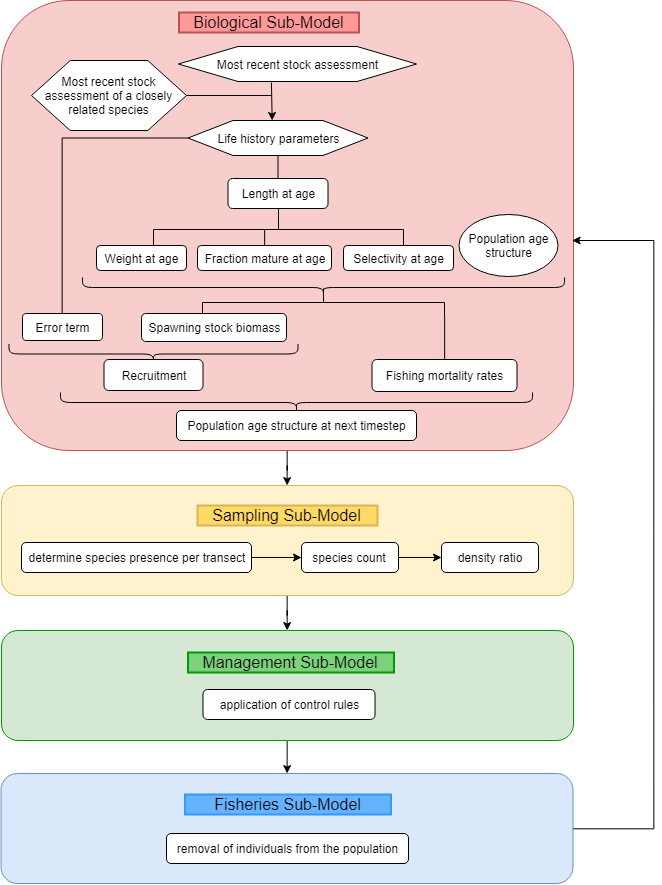
vquennessen/MS-thesis keeps this draw.io diagram as figures/base_model_workflow.png. Above is the earlier version. Source tidied: cells renumbered, new cells last; positions are measured from the earlier drawing's top-left corner, leaving out a move shared by most shapes.
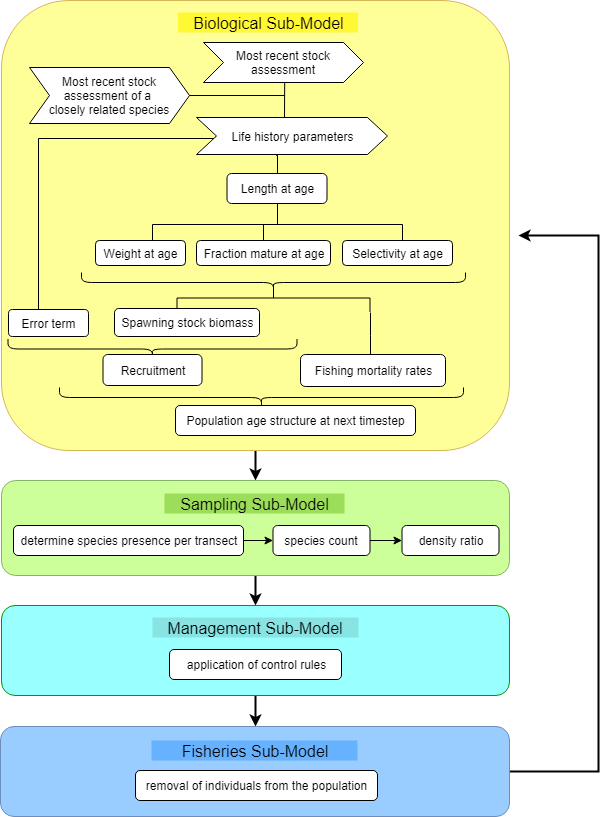
The same diagram one commit later.

Commit message:
updated base model workflow figure

The edit, as a diff of the source:
```diff
@@ -2,163 +2,173 @@
   <root>
     <mxCell id="0" />
     <mxCell id="1" parent="0" />
-    <mxCell id="2" style="edgeStyle=orthogonalEdgeStyle;rounded=0;jettySize=auto;html=1;endArrow=classic;endFill=1;fontSize=12;strokeColor=#000000;startArrow=none;startFill=0;fillColor=#999999;" parent="1" edge="1" source="3" target="31">
-      <mxGeometry relative="1" as="geometry" />
+    <mxCell id="2" style="edgeStyle=orthogonalEdgeStyle;rounded=0;jettySize=auto;html=1;endArrow=classic;endFill=1;fontSize=12;strokeColor=#000000;startArrow=none;startFill=0;fillColor=#999999;strokeWidth=2;" parent="1" edge="1" target="31">
+      <mxGeometry relative="1" as="geometry">
+        <mxPoint x="257" y="445" as="sourcePoint" />
+      </mxGeometry>
     </mxCell>
-    <mxCell id="3" style="rounded=1;whiteSpace=wrap;html=1;strokeWidth=1;fillColor=#f8cecc;strokeColor=#b85450;" parent="1" vertex="1">
-      <mxGeometry width="572" height="450" as="geometry" />
+    <mxCell id="3" style="rounded=1;whiteSpace=wrap;html=1;strokeWidth=1;fillColor=#FFFF99;strokeColor=#d6b656;" parent="1" vertex="1">
+      <mxGeometry x="3" width="508" height="450" as="geometry" />
     </mxCell>
-    <mxCell id="4" value="Life history parameters" style="shape=hexagon;perimeter=hexagonPerimeter2;whiteSpace=wrap;html=1;strokeWidth=1;fillColor=#FFFFFF;fontSize=12;" parent="1" vertex="1">
-      <mxGeometry x="186.5" y="120" width="180" height="35" as="geometry" />
-    </mxCell>
-    <mxCell id="5" style="edgeStyle=orthogonalEdgeStyle;rounded=0;orthogonalLoop=1;jettySize=auto;html=1;entryX=0.5;entryY=0;entryDx=0;entryDy=0;exitX=0.416;exitY=1.029;exitDx=0;exitDy=0;exitPerimeter=0;" parent="1" edge="1">
-      <mxGeometry relative="1" as="geometry">
-        <mxPoint x="270" y="82" as="sourcePoint" />
-        <mxPoint x="270.4" y="119.9" as="targetPoint" />
-      </mxGeometry>
-    </mxCell>
-    <mxCell id="6" style="edgeStyle=orthogonalEdgeStyle;rounded=0;jettySize=auto;html=1;endArrow=none;endFill=0;exitX=0.5;exitY=1;exitDx=0;exitDy=0;" parent="1" edge="1" source="4" target="9">
+    <mxCell id="6" style="edgeStyle=orthogonalEdgeStyle;rounded=0;jettySize=auto;html=1;endArrow=none;endFill=0;exitX=0.5;exitY=1;exitDx=0;exitDy=0;" parent="1" edge="1" target="9">
       <mxGeometry relative="1" as="geometry">
+        <mxPoint x="279" y="155" as="sourcePoint" />
         <Array as="points">
-          <mxPoint x="276" y="155" />
-          <mxPoint x="276" y="155" />
+          <mxPoint x="278" y="155" />
+          <mxPoint x="278" y="155" />
         </Array>
       </mxGeometry>
     </mxCell>
     <mxCell id="7" value="Error term" style="rounded=1;whiteSpace=wrap;html=1;" parent="1" vertex="1">
-      <mxGeometry x="21" y="313" width="80" height="27" as="geometry" />
+      <mxGeometry x="10" y="309" width="80" height="27" as="geometry" />
     </mxCell>
-    <mxCell id="8" style="edgeStyle=orthogonalEdgeStyle;rounded=0;jettySize=auto;html=1;endArrow=none;endFill=0;exitX=0;exitY=0.5;exitDx=0;exitDy=0;" parent="1" edge="1" source="4" target="7">
-      <mxGeometry relative="1" as="geometry" />
+    <mxCell id="8" style="edgeStyle=orthogonalEdgeStyle;rounded=0;jettySize=auto;html=1;endArrow=none;endFill=0;exitX=0.101;exitY=0.518;exitDx=0;exitDy=0;exitPerimeter=0;" parent="1" edge="1" source="4" target="7">
+      <mxGeometry relative="1" as="geometry">
+        <Array as="points">
+          <mxPoint x="217" y="138" />
+          <mxPoint x="40" y="138" />
+        </Array>
+      </mxGeometry>
     </mxCell>
     <mxCell id="9" value="Length at age" style="rounded=1;whiteSpace=wrap;html=1;" parent="1" vertex="1">
-      <mxGeometry x="226.5" y="178" width="100" height="30" as="geometry" />
+      <mxGeometry x="228.5" y="173" width="100" height="30" as="geometry" />
     </mxCell>
     <mxCell id="10" style="strokeWidth=1;html=1;shape=mxgraph.flowchart.annotation_2;align=left;rotation=90;" parent="1" vertex="1">
-      <mxGeometry x="256" y="104" width="42" height="250" as="geometry" />
+      <mxGeometry x="258" y="99" width="42" height="250" as="geometry" />
     </mxCell>
     <mxCell id="11" style="edgeStyle=orthogonalEdgeStyle;rounded=0;jettySize=auto;html=1;endArrow=none;endFill=0;entryX=0;entryY=0.5;entryDx=0;entryDy=0;entryPerimeter=0;" parent="1" edge="1" source="9" target="10">
       <mxGeometry relative="1" as="geometry">
         <Array as="points">
-          <mxPoint x="278" y="200" />
+          <mxPoint x="280" y="195" />
         </Array>
       </mxGeometry>
     </mxCell>
     <mxCell id="12" style="edgeStyle=orthogonalEdgeStyle;rounded=0;jettySize=auto;html=1;endArrow=none;endFill=0;entryX=0.504;entryY=0.554;entryDx=0;entryDy=0;entryPerimeter=0;" parent="1" edge="1" source="13" target="10">
       <mxGeometry relative="1" as="geometry">
         <Array as="points">
-          <mxPoint x="263" y="229" />
-          <mxPoint x="263" y="229" />
+          <mxPoint x="265" y="224" />
+          <mxPoint x="265" y="224" />
         </Array>
       </mxGeometry>
     </mxCell>
     <mxCell id="13" value="Fraction mature at age" style="rounded=1;whiteSpace=wrap;html=1;" parent="1" vertex="1">
-      <mxGeometry x="196" y="245" width="134" height="25" as="geometry" />
+      <mxGeometry x="198" y="240" width="134" height="25" as="geometry" />
     </mxCell>
     <mxCell id="14" value="Selectivity at age" style="rounded=1;whiteSpace=wrap;html=1;" parent="1" vertex="1">
-      <mxGeometry x="342" y="245" width="110" height="25" as="geometry" />
+      <mxGeometry x="344" y="240" width="110" height="25" as="geometry" />
     </mxCell>
     <mxCell id="15" style="shape=curlyBracket;whiteSpace=wrap;html=1;rounded=1;strokeWidth=1;rotation=-90;" parent="1" vertex="1">
-      <mxGeometry x="312" y="46" width="20" height="482" as="geometry" />
+      <mxGeometry x="265" y="90" width="20" height="384" as="geometry" />
     </mxCell>
     <mxCell id="16" style="strokeWidth=1;html=1;shape=mxgraph.flowchart.annotation_2;align=left;rotation=90;" parent="1" vertex="1">
-      <mxGeometry x="308" y="181" width="28" height="242" as="geometry" />
+      <mxGeometry x="261" y="201" width="28" height="193" as="geometry" />
     </mxCell>
     <mxCell id="17" value="Spawning stock biomass" style="rounded=1;whiteSpace=wrap;html=1;" parent="1" vertex="1">
-      <mxGeometry x="140" y="313" width="145" height="28" as="geometry" />
+      <mxGeometry x="116" y="308" width="145" height="28" as="geometry" />
     </mxCell>
     <mxCell id="18" style="edgeStyle=orthogonalEdgeStyle;rounded=0;jettySize=auto;html=1;endArrow=none;endFill=0;entryX=1;entryY=0;entryDx=0;entryDy=0;entryPerimeter=0;" parent="1" edge="1" source="19" target="16">
-      <mxGeometry relative="1" as="geometry" />
+      <mxGeometry relative="1" as="geometry">
+        <Array as="points">
+          <mxPoint x="372" y="335" />
+          <mxPoint x="372" y="335" />
+        </Array>
+      </mxGeometry>
     </mxCell>
     <mxCell id="19" value="Fishing mortality rates" style="rounded=1;whiteSpace=wrap;html=1;" parent="1" vertex="1">
-      <mxGeometry x="370.5" y="359" width="145" height="32" as="geometry" />
+      <mxGeometry x="302" y="354" width="145" height="32" as="geometry" />
     </mxCell>
     <mxCell id="20" style="shape=curlyBracket;whiteSpace=wrap;html=1;rounded=1;strokeWidth=1;rotation=-90;" parent="1" vertex="1">
-      <mxGeometry x="142" y="209" width="20" height="289" as="geometry" />
+      <mxGeometry x="144" y="204" width="20" height="289" as="geometry" />
     </mxCell>
     <mxCell id="21" value="Recruitment" style="rounded=1;whiteSpace=wrap;html=1;" parent="1" vertex="1">
-      <mxGeometry x="102.5" y="359" width="99" height="31" as="geometry" />
+      <mxGeometry x="104.5" y="354" width="99" height="31" as="geometry" />
     </mxCell>
     <mxCell id="22" value="Population age structure at next timestep" style="rounded=1;whiteSpace=wrap;html=1;" parent="1" vertex="1">
-      <mxGeometry x="175" y="410" width="240" height="30" as="geometry" />
+      <mxGeometry x="177" y="405" width="240" height="30" as="geometry" />
     </mxCell>
-    <mxCell id="23" value="Population age structure" style="ellipse;whiteSpace=wrap;html=1;strokeWidth=1;" parent="1" vertex="1">
-      <mxGeometry x="457.5" y="214" width="99" height="62" as="geometry" />
-    </mxCell>
     <mxCell id="24" style="shape=curlyBracket;whiteSpace=wrap;html=1;rounded=1;strokeWidth=1;rotation=-90;" parent="1" vertex="1">
-      <mxGeometry x="285" y="166" width="20" height="472" as="geometry" />
+      <mxGeometry x="253" y="195" width="20" height="404" as="geometry" />
     </mxCell>
-    <mxCell id="25" value="Biological Sub-Model&lt;br style=&quot;font-size: 16px;&quot;&gt;" style="text;html=1;strokeColor=#b85450;fillColor=#FF9999;align=center;verticalAlign=middle;whiteSpace=wrap;rounded=0;strokeWidth=2;fontSize=16;" parent="1" vertex="1">
-      <mxGeometry x="177.5" y="12" width="180" height="20" as="geometry" />
+    <mxCell id="25" value="Biological Sub-Model&lt;br style=&quot;font-size: 16px;&quot;&gt;" style="text;html=1;strokeColor=none;fillColor=#FFF833;align=center;verticalAlign=middle;whiteSpace=wrap;rounded=0;strokeWidth=2;fontSize=16;" parent="1" vertex="1">
+      <mxGeometry x="179.5" y="12" width="180" height="20" as="geometry" />
     </mxCell>
     <mxCell id="26" value="Weight at age" style="rounded=1;whiteSpace=wrap;html=1;" parent="1" vertex="1">
-      <mxGeometry x="95" y="245" width="90" height="25" as="geometry" />
+      <mxGeometry x="97" y="240" width="90" height="25" as="geometry" />
     </mxCell>
-    <mxCell id="27" value="Most recent stock assessment" style="shape=hexagon;perimeter=hexagonPerimeter2;whiteSpace=wrap;html=1;strokeWidth=1;fillColor=#FFFFFF;fontSize=12;" parent="1" vertex="1">
-      <mxGeometry x="177" y="46" width="238" height="35" as="geometry" />
-    </mxCell>
-    <mxCell id="28" style="edgeStyle=orthogonalEdgeStyle;rounded=0;jettySize=auto;html=1;endArrow=none;endFill=0;fontSize=12;" parent="1" edge="1" source="29">
+    <mxCell id="28" style="edgeStyle=orthogonalEdgeStyle;rounded=0;orthogonalLoop=1;jettySize=auto;html=1;endArrow=none;endFill=0;fontSize=12;" parent="1" edge="1">
       <mxGeometry relative="1" as="geometry">
-        <mxPoint x="270" y="95" as="targetPoint" />
+        <mxPoint x="183" y="95" as="sourcePoint" />
+        <mxPoint x="286" y="95" as="targetPoint" />
       </mxGeometry>
     </mxCell>
-    <mxCell id="29" value="Most recent stock assessment of a closely related species" style="shape=hexagon;perimeter=hexagonPerimeter2;whiteSpace=wrap;html=1;strokeWidth=1;fillColor=#FFFFFF;fontSize=12;" parent="1" vertex="1">
-      <mxGeometry x="30" y="60" width="155" height="70" as="geometry" />
-    </mxCell>
-    <mxCell id="30" style="edgeStyle=orthogonalEdgeStyle;rounded=0;jettySize=auto;html=1;startArrow=none;startFill=0;endArrow=classic;endFill=1;strokeColor=#000000;fillColor=#999999;fontSize=12;" parent="1" edge="1" source="31" target="33">
+    <mxCell id="30" style="edgeStyle=orthogonalEdgeStyle;rounded=0;jettySize=auto;html=1;startArrow=none;startFill=0;endArrow=classic;endFill=1;strokeColor=#000000;fillColor=#999999;fontSize=12;strokeWidth=2;" parent="1" edge="1" source="31" target="33">
       <mxGeometry relative="1" as="geometry" />
     </mxCell>
-    <mxCell id="31" style="rounded=1;whiteSpace=wrap;html=1;strokeWidth=1;fillColor=#fff2cc;strokeColor=#d6b656;" parent="1" vertex="1">
-      <mxGeometry y="485" width="572" height="110" as="geometry" />
+    <mxCell id="31" style="rounded=1;whiteSpace=wrap;html=1;strokeWidth=1;fillColor=#CCFF99;strokeColor=#82b366;" parent="1" vertex="1">
+      <mxGeometry x="3" y="480" width="508" height="95" as="geometry" />
     </mxCell>
-    <mxCell id="32" style="edgeStyle=orthogonalEdgeStyle;rounded=0;jettySize=auto;html=1;startArrow=none;startFill=0;endArrow=classic;endFill=1;strokeColor=#000000;fillColor=#999999;fontSize=12;" parent="1" edge="1" source="33" target="35">
+    <mxCell id="32" style="edgeStyle=orthogonalEdgeStyle;rounded=0;jettySize=auto;html=1;startArrow=none;startFill=0;endArrow=classic;endFill=1;strokeColor=#000000;fillColor=#999999;fontSize=12;strokeWidth=2;" parent="1" edge="1" source="33" target="35">
       <mxGeometry relative="1" as="geometry" />
     </mxCell>
-    <mxCell id="33" style="rounded=1;whiteSpace=wrap;html=1;strokeWidth=1;fillColor=#d5e8d4;strokeColor=#009900;" parent="1" vertex="1">
-      <mxGeometry y="630" width="572" height="110" as="geometry" />
+    <mxCell id="33" style="rounded=1;whiteSpace=wrap;html=1;strokeWidth=1;fillColor=#99FFFF;strokeColor=#009900;" parent="1" vertex="1">
+      <mxGeometry x="3" y="605" width="508" height="90" as="geometry" />
     </mxCell>
-    <mxCell id="34" style="edgeStyle=orthogonalEdgeStyle;rounded=0;jettySize=auto;html=1;startArrow=none;startFill=0;endArrow=classic;endFill=1;strokeColor=#000000;fillColor=#999999;fontSize=12;" parent="1" edge="1" source="35">
+    <mxCell id="34" style="edgeStyle=orthogonalEdgeStyle;rounded=0;jettySize=auto;html=1;startArrow=none;startFill=0;endArrow=classic;endFill=1;strokeColor=#000000;fillColor=#999999;fontSize=12;strokeWidth=2;" parent="1" edge="1" source="35">
       <mxGeometry relative="1" as="geometry">
-        <mxPoint x="571" y="240" as="targetPoint" />
+        <mxPoint x="520" y="235" as="targetPoint" />
         <Array as="points">
-          <mxPoint x="652" y="828" />
-          <mxPoint x="652" y="240" />
-          <mxPoint x="571" y="240" />
+          <mxPoint x="600" y="771" />
+          <mxPoint x="600" y="235" />
         </Array>
       </mxGeometry>
     </mxCell>
-    <mxCell id="35" style="rounded=1;whiteSpace=wrap;html=1;strokeWidth=1;fillColor=#dae8fc;strokeColor=#6c8ebf;" parent="1" vertex="1">
-      <mxGeometry x="-0.5" y="773" width="572" height="110" as="geometry" />
+    <mxCell id="35" style="rounded=1;whiteSpace=wrap;html=1;strokeWidth=1;fillColor=#99CCFF;strokeColor=#6c8ebf;gradientColor=none;" parent="1" vertex="1">
+      <mxGeometry x="2" y="726" width="509" height="90" as="geometry" />
     </mxCell>
-    <mxCell id="36" value="Sampling Sub-Model&lt;br style=&quot;font-size: 16px&quot;&gt;" style="text;html=1;strokeColor=#d6b656;fillColor=#FFD966;align=center;verticalAlign=middle;whiteSpace=wrap;rounded=0;strokeWidth=2;fontSize=16;" parent="1" vertex="1">
-      <mxGeometry x="196" y="505" width="180" height="20" as="geometry" />
+    <mxCell id="36" value="Sampling Sub-Model&lt;br style=&quot;font-size: 16px&quot;&gt;" style="text;html=1;strokeColor=none;fillColor=#9CDE59;align=center;verticalAlign=middle;whiteSpace=wrap;rounded=0;strokeWidth=2;fontSize=16;" parent="1" vertex="1">
+      <mxGeometry x="166" y="493" width="180" height="20" as="geometry" />
     </mxCell>
     <mxCell id="37" value="determine species presence per transect" style="rounded=1;whiteSpace=wrap;html=1;" parent="1" vertex="1">
-      <mxGeometry x="20" y="542" width="230" height="30" as="geometry" />
+      <mxGeometry x="15" y="525" width="230" height="30" as="geometry" />
     </mxCell>
     <mxCell id="38" value="species count" style="rounded=1;whiteSpace=wrap;html=1;" parent="1" vertex="1">
-      <mxGeometry x="300" y="542" width="97" height="30" as="geometry" />
+      <mxGeometry x="274.5" y="525" width="97" height="30" as="geometry" />
     </mxCell>
     <mxCell id="39" style="edgeStyle=orthogonalEdgeStyle;rounded=0;jettySize=auto;html=1;startArrow=none;startFill=0;endArrow=classic;endFill=1;fillColor=#999999;fontSize=12;" parent="1" edge="1" source="37" target="38">
       <mxGeometry relative="1" as="geometry" />
     </mxCell>
     <mxCell id="40" value="density ratio" style="rounded=1;whiteSpace=wrap;html=1;" parent="1" vertex="1">
-      <mxGeometry x="440" y="542" width="97" height="30" as="geometry" />
+      <mxGeometry x="403.5" y="525" width="97" height="30" as="geometry" />
     </mxCell>
     <mxCell id="41" style="edgeStyle=orthogonalEdgeStyle;rounded=0;jettySize=auto;html=1;startArrow=none;startFill=0;endArrow=classic;endFill=1;fillColor=#999999;fontSize=12;" parent="1" edge="1" source="38" target="40">
       <mxGeometry relative="1" as="geometry" />
     </mxCell>
-    <mxCell id="42" value="Management Sub-Model&lt;br style=&quot;font-size: 16px&quot;&gt;" style="text;html=1;strokeColor=#009900;fillColor=#7DD17D;align=center;verticalAlign=middle;whiteSpace=wrap;rounded=0;strokeWidth=2;fontSize=16;" parent="1" vertex="1">
-      <mxGeometry x="186.5" y="652" width="206" height="20" as="geometry" />
+    <mxCell id="42" value="Management Sub-Model&lt;br style=&quot;font-size: 16px&quot;&gt;" style="text;html=1;strokeColor=none;fillColor=#88E3E3;align=center;verticalAlign=middle;whiteSpace=wrap;rounded=0;strokeWidth=2;fontSize=16;" parent="1" vertex="1">
+      <mxGeometry x="154" y="617" width="206" height="20" as="geometry" />
     </mxCell>
     <mxCell id="43" value="application of control rules" style="rounded=1;whiteSpace=wrap;html=1;" parent="1" vertex="1">
-      <mxGeometry x="201.5" y="689" width="172" height="30" as="geometry" />
+      <mxGeometry x="171" y="649" width="172" height="30" as="geometry" />
     </mxCell>
-    <mxCell id="44" value="Fisheries Sub-Model&lt;br style=&quot;font-size: 16px&quot;&gt;" style="text;html=1;strokeColor=#3399FF;fillColor=#66B2FF;align=center;verticalAlign=middle;whiteSpace=wrap;rounded=0;strokeWidth=2;fontSize=16;" parent="1" vertex="1">
-      <mxGeometry x="183.5" y="794" width="206" height="20" as="geometry" />
+    <mxCell id="44" value="Fisheries Sub-Model&lt;br style=&quot;font-size: 16px&quot;&gt;" style="text;html=1;strokeColor=none;fillColor=#66B2FF;align=center;verticalAlign=middle;whiteSpace=wrap;rounded=0;strokeWidth=2;fontSize=16;" parent="1" vertex="1">
+      <mxGeometry x="153" y="740" width="206" height="20" as="geometry" />
     </mxCell>
     <mxCell id="45" value="removal of individuals from the population" style="rounded=1;whiteSpace=wrap;html=1;" parent="1" vertex="1">
-      <mxGeometry x="165" y="833" width="242" height="30" as="geometry" />
+      <mxGeometry x="137" y="770" width="242" height="30" as="geometry" />
     </mxCell>
+    <mxCell id="29" value="&lt;span&gt;Most recent stock assessment of a &lt;br&gt;closely related species&lt;/span&gt;" style="shape=step;perimeter=stepPerimeter;whiteSpace=wrap;html=1;fixedSize=1;" parent="1" vertex="1">
+      <mxGeometry x="31" y="67" width="160" height="56" as="geometry" />
+    </mxCell>
+    <mxCell id="46" style="edgeStyle=orthogonalEdgeStyle;rounded=0;orthogonalLoop=1;jettySize=auto;html=1;strokeWidth=1;entryX=0.454;entryY=0.013;entryDx=0;entryDy=0;entryPerimeter=0;endArrow=none;endFill=0;" parent="1" edge="1">
+      <mxGeometry relative="1" as="geometry">
+        <mxPoint x="286.2" y="82" as="sourcePoint" />
+        <mxPoint x="285.7" y="116.7" as="targetPoint" />
+      </mxGeometry>
+    </mxCell>
+    <mxCell id="27" value="Most recent stock assessment&lt;br&gt;" style="shape=step;perimeter=stepPerimeter;whiteSpace=wrap;html=1;fixedSize=1;" parent="1" vertex="1">
+      <mxGeometry x="205" y="42" width="160" height="40" as="geometry" />
+    </mxCell>
+    <mxCell id="4" value="Life history parameters&lt;br&gt;" style="shape=step;perimeter=stepPerimeter;whiteSpace=wrap;html=1;fixedSize=1;" parent="1" vertex="1">
+      <mxGeometry x="198" y="117" width="191" height="37" as="geometry" />
+    </mxCell>
   </root>
 </mxGraphModel>
```
